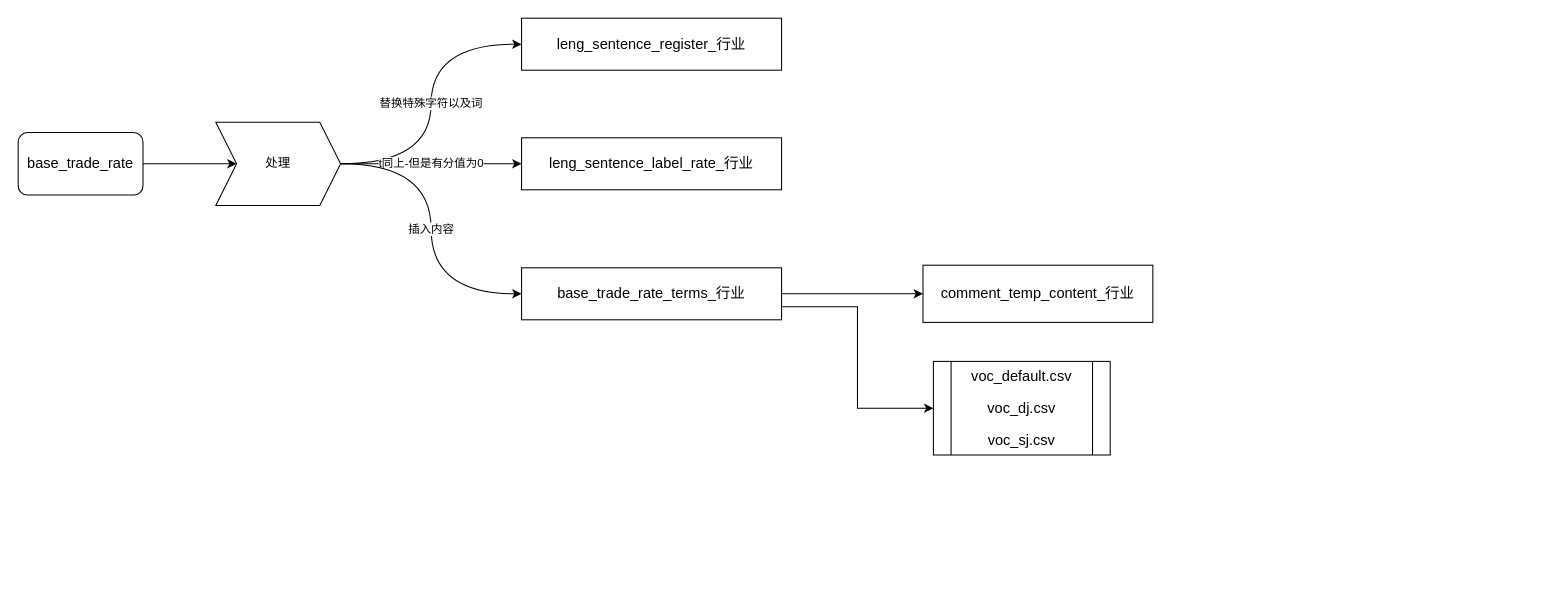
Earlier version of the draw.io diagram 流程图/voc大数据.drawio (xiaoa1/liuchengtu). Source tidied: cells renumbered, new cells numbered last; positions are measured from the earlier drawing's top-left corner, leaving out a move shared by most shapes. Both pictures are drawn from the tidied source at 104%, with x=0, y=0 at pixel (18, 18).
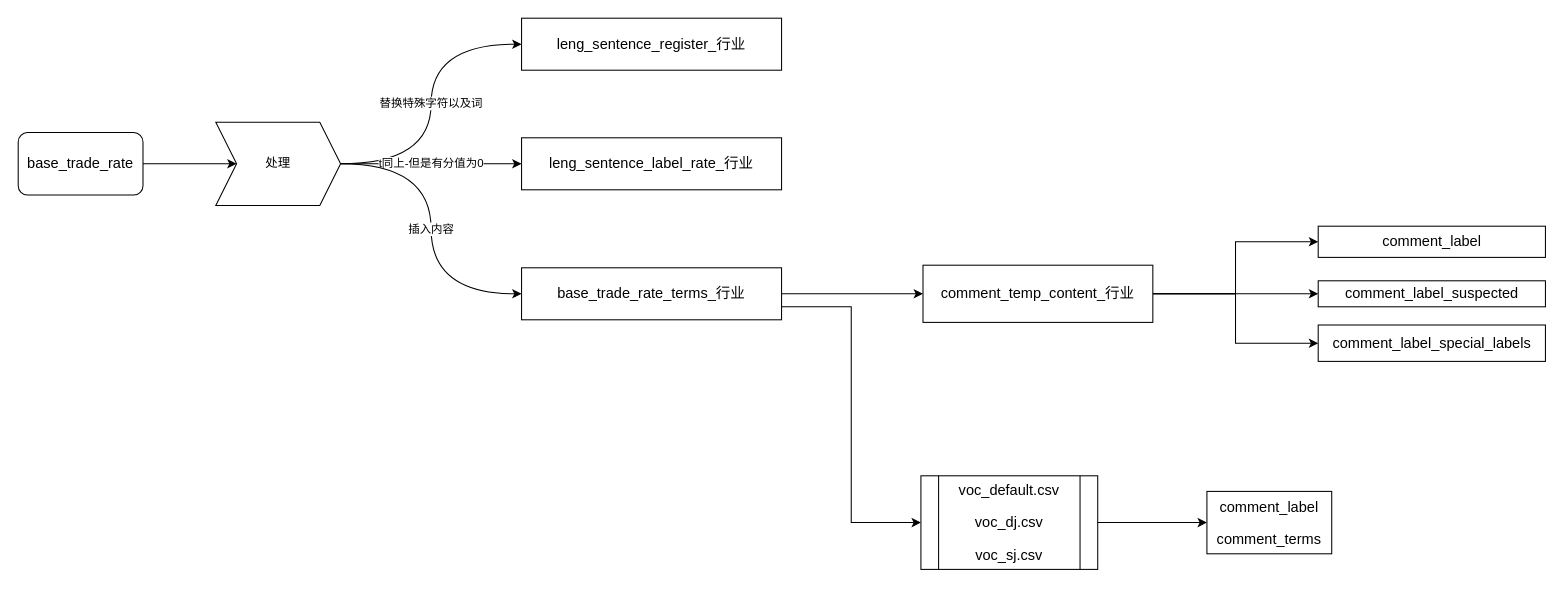
After the change.

Commit message:
更新voc大数据.drawio

Unchanged cells that the change refers to:
```xml
<mxCell id="13" value="&lt;pre style=&quot;background-color: rgb(255, 255, 255); font-family: 宋体; font-size: 10.5pt;&quot;&gt;comment_temp_content_行业&lt;/pre&gt;" style="whiteSpace=wrap;html=1;rounded=0;" parent="1" vertex="1">
  <mxGeometry x="870" y="237.5" width="221" height="55" as="geometry" />
</mxCell>
```

The edit, as a diff of the source:
```diff
@@
+    <mxCell id="15" style="edgeStyle=orthogonalEdgeStyle;rounded=0;jettySize=auto;html=1;exitX=1;exitY=0.5;exitDx=0;exitDy=0;" parent="1" edge="1" source="13" target="21">
+      <mxGeometry relative="1" as="geometry" />
+    </mxCell>
+    <mxCell id="16" style="edgeStyle=orthogonalEdgeStyle;rounded=0;jettySize=auto;html=1;exitX=1;exitY=0.5;exitDx=0;exitDy=0;entryX=0;entryY=0.5;entryDx=0;entryDy=0;" parent="1" edge="1" source="13" target="22">
+      <mxGeometry relative="1" as="geometry" />
+    </mxCell>
+    <mxCell id="17" style="edgeStyle=orthogonalEdgeStyle;rounded=0;jettySize=auto;html=1;exitX=1;exitY=0.5;exitDx=0;exitDy=0;entryX=0;entryY=0.5;entryDx=0;entryDy=0;" parent="1" edge="1" source="13" target="20">
+      <mxGeometry relative="1" as="geometry" />
+    </mxCell>
@@
+    <mxCell id="18" style="edgeStyle=orthogonalEdgeStyle;rounded=0;jettySize=auto;html=1;" parent="1" edge="1" source="14" target="19">
+      <mxGeometry relative="1" as="geometry" />
+    </mxCell>
     <mxCell id="14" value="&lt;pre style=&quot;background-color: rgb(255, 255, 255); font-family: 宋体; font-size: 10.5pt;&quot;&gt;voc_default.csv&lt;/pre&gt;&lt;pre style=&quot;background-color: rgb(255, 255, 255); font-family: 宋体; font-size: 10.5pt;&quot;&gt;&lt;pre style=&quot;font-family: 宋体; font-size: 10.5pt;&quot;&gt;voc_dj.csv&lt;/pre&gt;&lt;pre style=&quot;font-family: 宋体; font-size: 10.5pt;&quot;&gt;voc_sj.csv&lt;/pre&gt;&lt;/pre&gt;" style="shape=process;whiteSpace=wrap;html=1;backgroundOutline=1;" parent="1" vertex="1">
-      <mxGeometry x="880" y="330" width="170" height="90" as="geometry" />
+      <mxGeometry x="868" y="440" width="170" height="90" as="geometry" />
     </mxCell>
+    <mxCell id="19" value="&lt;pre style=&quot;background-color: rgb(255, 255, 255); font-family: 宋体; font-size: 10.5pt;&quot;&gt;comment_label&lt;/pre&gt;&lt;pre style=&quot;background-color: rgb(255, 255, 255); font-family: 宋体; font-size: 10.5pt;&quot;&gt;&lt;pre style=&quot;font-family: 宋体; font-size: 10.5pt;&quot;&gt;comment_terms&lt;/pre&gt;&lt;/pre&gt;" style="whiteSpace=wrap;html=1;" parent="1" vertex="1">
+      <mxGeometry x="1143" y="455" width="120" height="60" as="geometry" />
+    </mxCell>
+    <mxCell id="20" value="&lt;pre style=&quot;background-color: rgb(255, 255, 255); font-family: 宋体; font-size: 10.5pt;&quot;&gt;comment_label_special_labels&lt;/pre&gt;" style="whiteSpace=wrap;html=1;rounded=0;" parent="1" vertex="1">
+      <mxGeometry x="1250" y="295" width="218.5" height="35" as="geometry" />
+    </mxCell>
+    <mxCell id="21" value="&lt;pre style=&quot;background-color: rgb(255, 255, 255); font-family: 宋体; font-size: 10.5pt;&quot;&gt;&lt;pre style=&quot;font-family: 宋体; font-size: 10.5pt;&quot;&gt;comment_label_suspected&lt;/pre&gt;&lt;/pre&gt;" style="whiteSpace=wrap;html=1;rounded=0;" parent="1" vertex="1">
+      <mxGeometry x="1250" y="252.5" width="218.5" height="25" as="geometry" />
+    </mxCell>
+    <mxCell id="22" value="&lt;pre style=&quot;background-color: rgb(255, 255, 255); font-family: 宋体; font-size: 10.5pt;&quot;&gt;&lt;pre style=&quot;font-family: 宋体; font-size: 10.5pt;&quot;&gt;comment_label&lt;/pre&gt;&lt;/pre&gt;" style="whiteSpace=wrap;html=1;rounded=0;" parent="1" vertex="1">
+      <mxGeometry x="1250" y="200" width="218.5" height="30" as="geometry" />
+    </mxCell>
```
